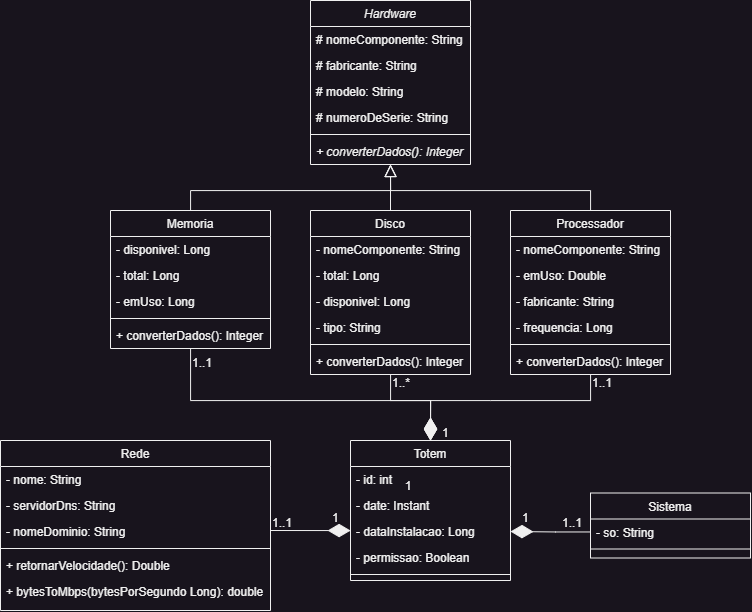
Above: Documentação/Diagramas/Driagrama de Classe Air Totem.png in Grupo6-Air-Totem/Documentacao (draw.io), before the change. Source tidied: cells renumbered, new cells last; positions are measured from the earlier drawing's top-left corner, leaving out a move shared by most shapes.
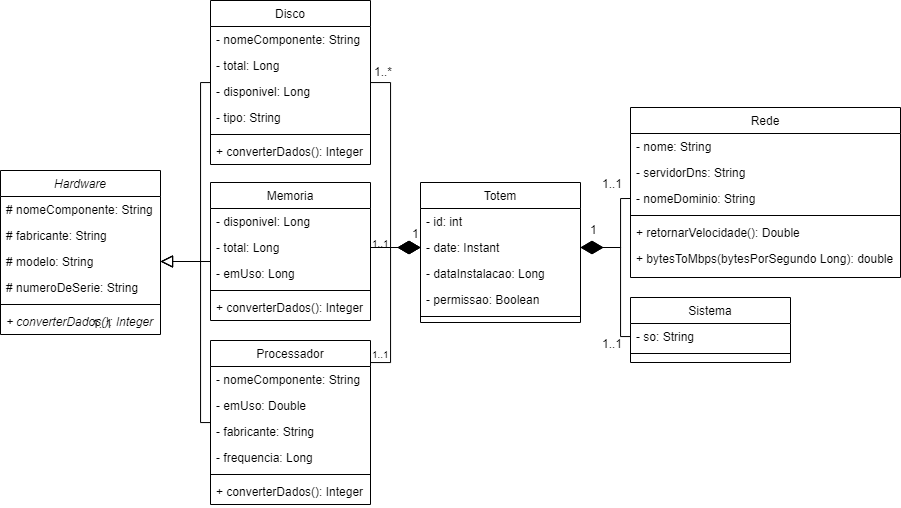
After the commit.

Commit message:
atualizando diagrama de classe

What changed in the source:
```diff
@@ -3,7 +3,7 @@
     <mxCell id="0" />
     <mxCell id="1" parent="0" />
     <mxCell id="2" value="Hardware" style="swimlane;fontStyle=2;align=center;verticalAlign=top;horizontal=1;startSize=26;rounded=0;shadow=0;strokeWidth=1;" parent="1" vertex="1">
-      <mxGeometry x="310" width="160" height="164" as="geometry" />
+      <mxGeometry x="10" y="178" width="160" height="164" as="geometry" />
     </mxCell>
     <mxCell id="3" value="# nomeComponente: String" style="text;align=left;verticalAlign=top;spacingLeft=4;spacingRight=4;overflow=hidden;fontStyle=0;" parent="2" vertex="1">
       <mxGeometry y="26" width="160" height="26" as="geometry" />
@@ -23,19 +23,24 @@
     <mxCell id="8" value="+ converterDados(): Integer" style="text;align=left;verticalAlign=top;spacingLeft=4;spacingRight=4;overflow=hidden;fontStyle=2;" parent="2" vertex="1">
       <mxGeometry y="138" width="160" height="26" as="geometry" />
     </mxCell>
-    <mxCell id="9" style="edgeStyle=orthogonalEdgeStyle;rounded=0;jettySize=auto;html=1;entryX=0.5;entryY=0;entryDx=0;entryDy=0;endArrow=diamondThin;endFill=1;endSize=20;" parent="1" edge="1" source="11" target="35">
+    <mxCell id="9" style="edgeStyle=orthogonalEdgeStyle;rounded=0;jettySize=auto;html=1;entryX=0;entryY=0.5;entryDx=0;entryDy=0;endArrow=diamondThin;endFill=1;endSize=20;" parent="1" edge="1" source="11" target="37">
       <mxGeometry relative="1" as="geometry">
         <Array as="points">
-          <mxPoint x="390" y="400" />
-          <mxPoint x="430" y="400" />
+          <mxPoint x="400" y="90" />
+          <mxPoint x="400" y="255" />
         </Array>
       </mxGeometry>
     </mxCell>
-    <mxCell id="10" style="edgeStyle=orthogonalEdgeStyle;rounded=0;jettySize=auto;html=1;entryX=0.5;entryY=1;entryDx=0;entryDy=0;endSize=10;endArrow=block;endFill=0;" parent="1" edge="1" source="11" target="2">
-      <mxGeometry relative="1" as="geometry" />
+    <mxCell id="10" style="edgeStyle=orthogonalEdgeStyle;rounded=0;jettySize=auto;html=1;entryX=1;entryY=0.5;entryDx=0;entryDy=0;endSize=10;endArrow=block;endFill=0;" parent="1" edge="1" source="11" target="5">
+      <mxGeometry relative="1" as="geometry">
+        <Array as="points">
+          <mxPoint x="210" y="90" />
+          <mxPoint x="210" y="269" />
+        </Array>
+      </mxGeometry>
     </mxCell>
     <mxCell id="11" value="Disco" style="swimlane;fontStyle=0;align=center;verticalAlign=top;horizontal=1;startSize=26;rounded=0;shadow=0;strokeWidth=1;" parent="1" vertex="1">
-      <mxGeometry x="310" y="210" width="160" height="164" as="geometry" />
+      <mxGeometry x="220" y="8" width="160" height="164" as="geometry" />
     </mxCell>
     <mxCell id="12" value="- nomeComponente: String" style="text;align=left;verticalAlign=top;spacingLeft=4;spacingRight=4;overflow=hidden;rounded=0;shadow=0;html=0;" parent="11" vertex="1">
       <mxGeometry y="26" width="160" height="26" as="geometry" />
@@ -55,24 +60,24 @@
     <mxCell id="17" value="+ converterDados(): Integer" style="text;align=left;verticalAlign=top;spacingLeft=4;spacingRight=4;overflow=hidden;" parent="11" vertex="1">
       <mxGeometry y="138" width="160" height="26" as="geometry" />
     </mxCell>
-    <mxCell id="18" style="edgeStyle=orthogonalEdgeStyle;rounded=0;jettySize=auto;html=1;entryX=0.5;entryY=0;entryDx=0;entryDy=0;endArrow=diamondThin;endFill=1;endSize=20;" parent="1" edge="1" source="20" target="35">
+    <mxCell id="18" style="edgeStyle=orthogonalEdgeStyle;rounded=0;jettySize=auto;html=1;entryX=0;entryY=0.5;entryDx=0;entryDy=0;endArrow=diamondThin;endFill=1;endSize=20;" parent="1" edge="1" source="20" target="37">
       <mxGeometry relative="1" as="geometry">
         <Array as="points">
-          <mxPoint x="490" y="400" />
-          <mxPoint x="290" y="400" />
+          <mxPoint x="400" y="370" />
+          <mxPoint x="400" y="255" />
         </Array>
       </mxGeometry>
     </mxCell>
-    <mxCell id="19" style="edgeStyle=orthogonalEdgeStyle;rounded=0;jettySize=auto;html=1;entryX=0.5;entryY=1;entryDx=0;entryDy=0;endSize=10;endArrow=block;endFill=0;" parent="1" edge="1" source="20" target="2">
+    <mxCell id="19" style="edgeStyle=orthogonalEdgeStyle;rounded=0;jettySize=auto;html=1;entryX=1;entryY=0.5;entryDx=0;entryDy=0;endSize=10;endArrow=block;endFill=0;" parent="1" edge="1" source="20" target="5">
       <mxGeometry relative="1" as="geometry">
         <Array as="points">
-          <mxPoint x="590" y="190" />
-          <mxPoint x="390" y="190" />
+          <mxPoint x="210" y="430" />
+          <mxPoint x="210" y="269" />
         </Array>
       </mxGeometry>
     </mxCell>
     <mxCell id="20" value="Processador" style="swimlane;fontStyle=0;align=center;verticalAlign=top;horizontal=1;startSize=26;rounded=0;shadow=0;strokeWidth=1;" parent="1" vertex="1">
-      <mxGeometry x="510" y="210" width="160" height="164" as="geometry" />
+      <mxGeometry x="220" y="348" width="160" height="164" as="geometry" />
     </mxCell>
     <mxCell id="21" value="- nomeComponente: String" style="text;align=left;verticalAlign=top;spacingLeft=4;spacingRight=4;overflow=hidden;" parent="20" vertex="1">
       <mxGeometry y="26" width="160" height="26" as="geometry" />
@@ -92,24 +97,24 @@
     <mxCell id="26" value="+ converterDados(): Integer" style="text;align=left;verticalAlign=top;spacingLeft=4;spacingRight=4;overflow=hidden;" parent="20" vertex="1">
       <mxGeometry y="138" width="160" height="26" as="geometry" />
     </mxCell>
-    <mxCell id="27" style="edgeStyle=orthogonalEdgeStyle;rounded=0;jettySize=auto;html=1;entryX=0.5;entryY=0;entryDx=0;entryDy=0;endArrow=diamondThin;endFill=1;strokeWidth=1;endSize=20;" parent="1" edge="1" source="29" target="35">
+    <mxCell id="27" style="edgeStyle=orthogonalEdgeStyle;rounded=0;jettySize=auto;html=1;endArrow=diamondThin;endFill=1;strokeWidth=1;endSize=20;entryX=0;entryY=0.5;entryDx=0;entryDy=0;" parent="1" edge="1" source="29" target="37">
       <mxGeometry relative="1" as="geometry">
         <Array as="points">
-          <mxPoint x="190" y="400" />
-          <mxPoint x="430" y="400" />
+          <mxPoint x="400" y="255" />
+          <mxPoint x="400" y="255" />
         </Array>
       </mxGeometry>
     </mxCell>
-    <mxCell id="28" style="edgeStyle=orthogonalEdgeStyle;rounded=0;jettySize=auto;html=1;entryX=0.5;entryY=1;entryDx=0;entryDy=0;endSize=10;endArrow=block;endFill=0;" parent="1" edge="1" source="29" target="2">
+    <mxCell id="28" style="edgeStyle=orthogonalEdgeStyle;rounded=0;jettySize=auto;html=1;entryX=1;entryY=0.5;entryDx=0;entryDy=0;endSize=10;endArrow=block;endFill=0;" parent="1" edge="1" source="29" target="5">
       <mxGeometry relative="1" as="geometry">
         <Array as="points">
-          <mxPoint x="190" y="190" />
-          <mxPoint x="390" y="190" />
+          <mxPoint x="220" y="269" />
+          <mxPoint x="220" y="269" />
         </Array>
       </mxGeometry>
     </mxCell>
     <mxCell id="29" value="Memoria" style="swimlane;fontStyle=0;align=center;verticalAlign=top;horizontal=1;startSize=26;rounded=0;shadow=0;strokeWidth=1;" parent="1" vertex="1">
-      <mxGeometry x="110" y="210" width="160" height="138" as="geometry" />
+      <mxGeometry x="220" y="190" width="160" height="138" as="geometry" />
     </mxCell>
     <mxCell id="30" value="- disponivel: Long" style="text;align=left;verticalAlign=top;spacingLeft=4;spacingRight=4;overflow=hidden;" parent="29" vertex="1">
       <mxGeometry y="26" width="160" height="26" as="geometry" />
@@ -127,7 +132,7 @@
       <mxGeometry y="112" width="160" height="26" as="geometry" />
     </mxCell>
     <mxCell id="35" value="Totem" style="swimlane;fontStyle=0;align=center;verticalAlign=top;horizontal=1;startSize=26;rounded=0;shadow=0;strokeWidth=1;" parent="1" vertex="1">
-      <mxGeometry x="350" y="440" width="160" height="140" as="geometry" />
+      <mxGeometry x="430" y="190" width="160" height="140" as="geometry" />
     </mxCell>
     <mxCell id="36" value="- id: int " style="text;align=left;verticalAlign=top;spacingLeft=4;spacingRight=4;overflow=hidden;rounded=0;shadow=0;html=0;" parent="35" vertex="1">
       <mxGeometry y="26" width="160" height="26" as="geometry" />
@@ -145,15 +150,12 @@
       <mxGeometry y="130" width="160" height="8" as="geometry" />
     </mxCell>
     <mxCell id="41" value="1..*" style="align=left;verticalAlign=bottom;labelBackgroundColor=none;fontSize=12;" parent="1" vertex="1">
-      <mxGeometry x="390" y="390" as="geometry" />
+      <mxGeometry x="310" y="350" as="geometry">
+        <mxPoint x="72" y="-262" as="offset" />
+      </mxGeometry>
     </mxCell>
-    <mxCell id="42" value="1" style="align=right;verticalAlign=bottom;labelBackgroundColor=none;fontSize=12;" parent="1" vertex="1">
-      <mxGeometry x="560" y="130" as="geometry">
-        <mxPoint x="-148" y="363" as="offset" />
-      </mxGeometry>
-    </mxCell>
     <mxCell id="43" value="Sistema" style="swimlane;fontStyle=0;align=center;verticalAlign=top;horizontal=1;startSize=26;rounded=0;shadow=0;strokeWidth=1;" parent="1" vertex="1">
-      <mxGeometry x="590" y="492.5" width="160" height="65" as="geometry" />
+      <mxGeometry x="640" y="305" width="160" height="65" as="geometry" />
     </mxCell>
     <mxCell id="44" value="- so: String" style="text;align=left;verticalAlign=top;spacingLeft=4;spacingRight=4;overflow=hidden;points=[[0,0.5],[1,0.5]];portConstraint=eastwest;rounded=0;shadow=0;html=0;" parent="43" vertex="1">
       <mxGeometry y="26" width="160" height="26" as="geometry" />
@@ -161,17 +163,16 @@
     <mxCell id="45" style="line;html=1;strokeWidth=1;align=left;verticalAlign=middle;spacingTop=-1;spacingLeft=3;spacingRight=3;labelPosition=right;" parent="43" vertex="1">
       <mxGeometry y="52" width="160" height="8" as="geometry" />
     </mxCell>
-    <mxCell id="46" style="edgeStyle=orthogonalEdgeStyle;rounded=0;orthogonalLoop=1;jettySize=auto;html=1;endSize=20;endArrow=diamondThin;endFill=1;" parent="1" edge="1">
+    <mxCell id="46" style="edgeStyle=orthogonalEdgeStyle;rounded=0;jettySize=auto;html=1;endSize=20;endArrow=diamondThin;endFill=1;exitX=0;exitY=0.5;exitDx=0;exitDy=0;entryX=1;entryY=0.5;entryDx=0;entryDy=0;" parent="1" edge="1" source="50" target="37">
       <mxGeometry relative="1" as="geometry">
-        <mxPoint x="270" y="530" as="sourcePoint" />
-        <mxPoint x="350" y="531" as="targetPoint" />
         <Array as="points">
-          <mxPoint x="350" y="530" />
+          <mxPoint x="630" y="206" />
+          <mxPoint x="630" y="255" />
         </Array>
       </mxGeometry>
     </mxCell>
     <mxCell id="47" value="Rede" style="swimlane;fontStyle=0;align=center;verticalAlign=top;horizontal=1;startSize=26;rounded=0;shadow=0;strokeWidth=1;" parent="1" vertex="1">
-      <mxGeometry y="440" width="270" height="170" as="geometry" />
+      <mxGeometry x="640" y="115" width="270" height="170" as="geometry" />
     </mxCell>
     <mxCell id="48" value="- nome: String" style="text;align=left;verticalAlign=top;spacingLeft=4;spacingRight=4;overflow=hidden;rounded=0;shadow=0;html=0;" parent="47" vertex="1">
       <mxGeometry y="26" width="270" height="26" as="geometry" />
@@ -192,28 +193,35 @@
       <mxGeometry y="138" width="270" height="26" as="geometry" />
     </mxCell>
     <mxCell id="54" value="1..1" style="align=left;verticalAlign=bottom;labelBackgroundColor=none;fontSize=12;direction=west;" parent="1" vertex="1">
-      <mxGeometry x="190" y="370" as="geometry" />
+      <mxGeometry x="100" y="340" as="geometry" />
     </mxCell>
-    <mxCell id="55" value="1..1" style="align=left;verticalAlign=bottom;labelBackgroundColor=none;fontSize=12;direction=west;" parent="1" vertex="1">
-      <mxGeometry x="590" y="390" as="geometry" />
+    <mxCell id="55" value="1..1" style="align=left;verticalAlign=bottom;labelBackgroundColor=none;fontSize=12;direction=north;" parent="1" vertex="1">
+      <mxGeometry x="610" y="200" as="geometry" />
     </mxCell>
-    <mxCell id="56" style="edgeStyle=orthogonalEdgeStyle;rounded=0;jettySize=auto;html=1;entryX=1;entryY=0.5;entryDx=0;entryDy=0;endArrow=diamondThin;endFill=1;endSize=20;" parent="1" edge="1" source="44" target="38">
-      <mxGeometry relative="1" as="geometry" />
+    <mxCell id="56" style="edgeStyle=orthogonalEdgeStyle;rounded=0;jettySize=auto;html=1;entryX=1;entryY=0.5;entryDx=0;entryDy=0;endArrow=diamondThin;endFill=1;endSize=20;" parent="1" edge="1" source="44" target="37">
+      <mxGeometry relative="1" as="geometry">
+        <Array as="points">
+          <mxPoint x="630" y="344" />
+          <mxPoint x="630" y="255" />
+        </Array>
+      </mxGeometry>
     </mxCell>
-    <mxCell id="57" value="1..1" style="align=left;verticalAlign=bottom;labelBackgroundColor=none;fontSize=12;direction=west;" parent="1" vertex="1">
-      <mxGeometry x="270" y="530" as="geometry" />
+    <mxCell id="57" value="1..1" style="align=left;verticalAlign=bottom;labelBackgroundColor=none;fontSize=10;direction=west;" parent="1" vertex="1">
+      <mxGeometry x="380" y="259" as="geometry" />
     </mxCell>
-    <mxCell id="58" value="1..1" style="align=left;verticalAlign=bottom;labelBackgroundColor=none;fontSize=12;direction=west;" parent="1" vertex="1">
-      <mxGeometry x="560" y="530" as="geometry" />
+    <mxCell id="58" value="1..1" style="align=left;verticalAlign=bottom;labelBackgroundColor=none;fontSize=10;direction=west;" parent="1" vertex="1">
+      <mxGeometry x="380" y="370" as="geometry" />
     </mxCell>
     <mxCell id="59" value="1" style="align=left;verticalAlign=bottom;labelBackgroundColor=none;fontSize=12;direction=north;" parent="1" vertex="1">
-      <mxGeometry x="520" y="525" as="geometry" />
+      <mxGeometry x="540" y="495" as="geometry">
+        <mxPoint x="58" y="-249" as="offset" />
+      </mxGeometry>
     </mxCell>
-    <mxCell id="60" value="1" style="align=left;verticalAlign=bottom;labelBackgroundColor=none;fontSize=12;direction=north;" parent="1" vertex="1">
-      <mxGeometry x="330" y="525" as="geometry" />
-    </mxCell>
     <mxCell id="61" value="1" style="align=left;verticalAlign=bottom;labelBackgroundColor=none;fontSize=12;direction=north;" parent="1" vertex="1">
-      <mxGeometry x="440" y="440" as="geometry" />
+      <mxGeometry x="420" y="250" as="geometry" />
     </mxCell>
+    <mxCell id="62" value="1..1" style="align=left;verticalAlign=bottom;labelBackgroundColor=none;fontSize=12;direction=north;" parent="1" vertex="1">
+      <mxGeometry x="610" y="360" as="geometry" />
+    </mxCell>
   </root>
 </mxGraphModel>
```
